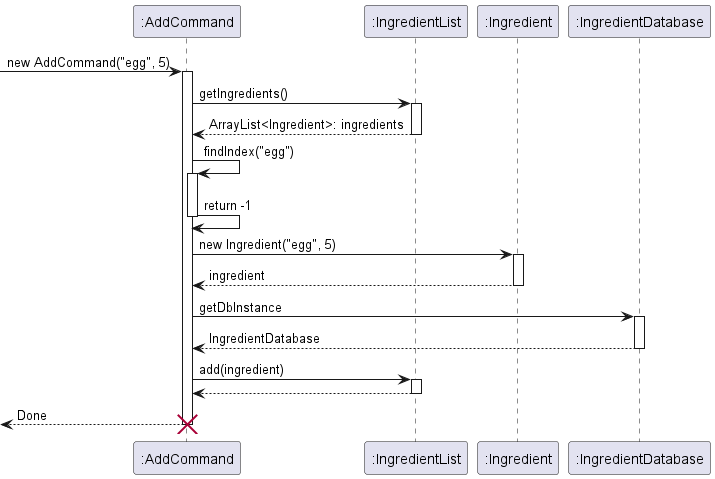
nus-cs2113-AY2223S2/tp keeps this PlantUML diagram as docs/images/AddIngredientSequenceUML.png. Above is the earlier version.
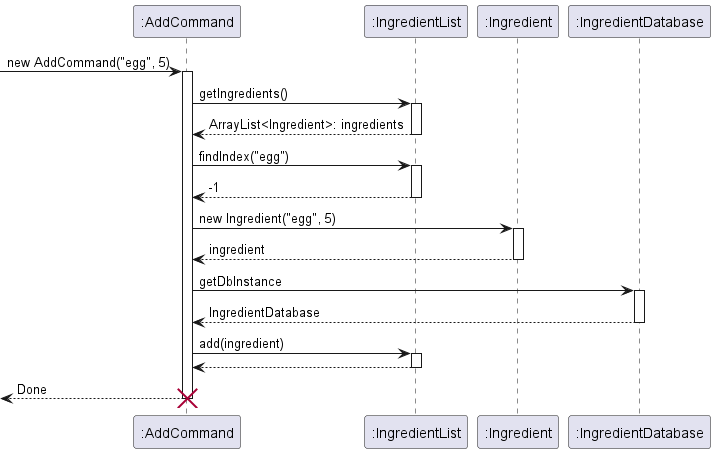
After the commit.

The edit, as a diff of the source:
```diff
@@ -9,12 +9,10 @@
 ":AddCommand" <-- ":IngredientList": ArrayList<Ingredient>: ingredients
 deactivate ":IngredientList"
 
-":AddCommand" -> ":AddCommand": findIndex("egg")
-activate ":AddCommand"
-
-":AddCommand" -> ":AddCommand": return -1
-
-deactivate ":AddCommand"
+":AddCommand" -> ":IngredientList": findIndex("egg")
+activate ":IngredientList"
+":AddCommand" <-- ":IngredientList": -1
+deactivate ":IngredientList"
 
 ":AddCommand" -> ":Ingredient": new Ingredient("egg", 5)
 activate ":Ingredient"
```
